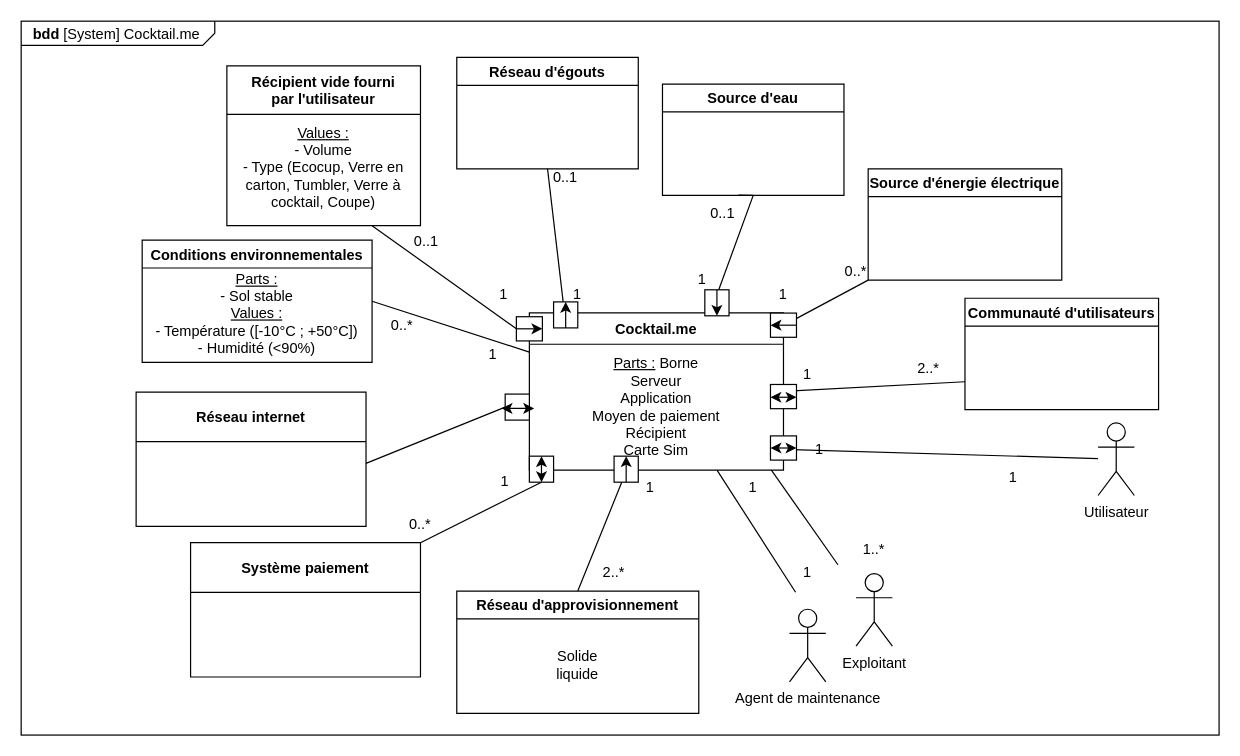
This is page "Contexte organique 28/04" (2 of 14) of borneCocktailP22.drawio from mbricogn/TN29-MBSE, a draw.io file, before an edit. Source tidied: cells renumbered, new cells numbered last; positions are measured from the earlier drawing's top-left corner, leaving out a move shared by most shapes. Both pictures are drawn from the tidied source at 121%, with x=0, y=0 at pixel (21, 21).
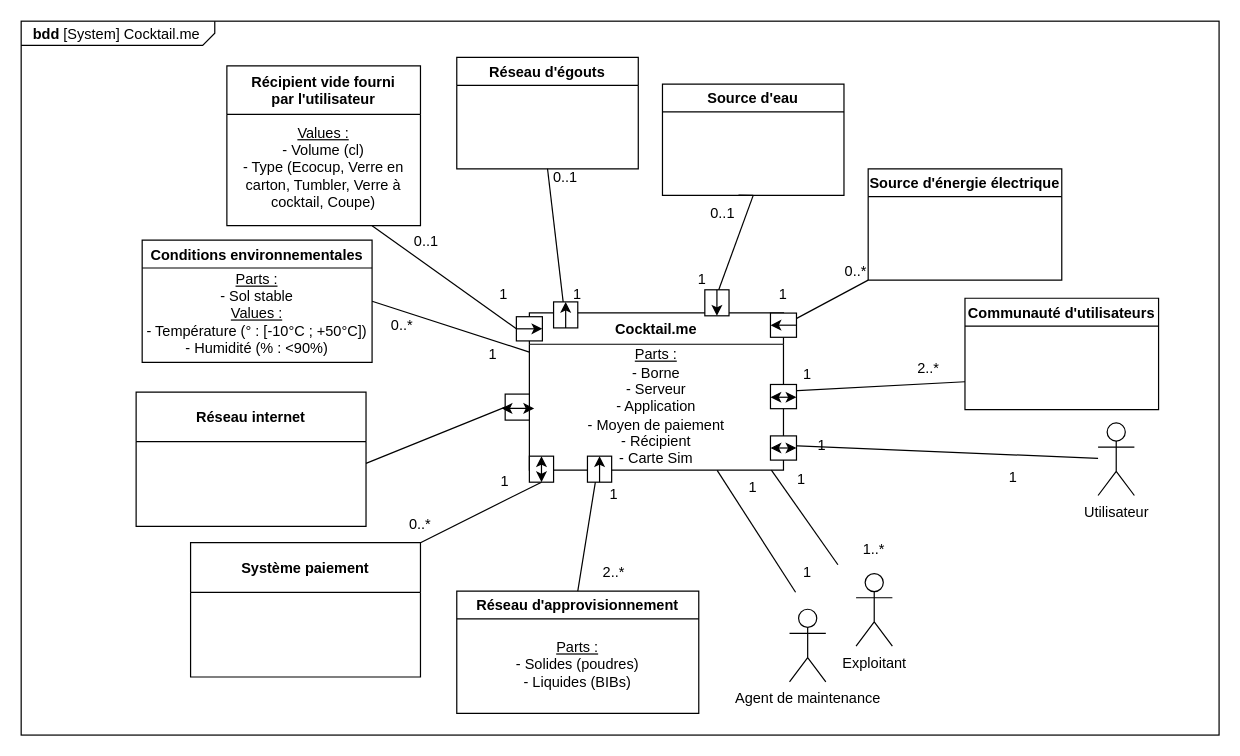
Above is the later version.

The change refers to these unchanged cells:
```xml
<mxCell id="3" value="Cocktail.me" style="swimlane;fontStyle=1;horizontal=1;startSize=26;fillColor=none;" parent="1" vertex="1">
  <mxGeometry x="420" y="241" width="210" height="130" as="geometry" />
</mxCell>
<mxCell id="9" value="Récipient vide fourni &#10;par l'utilisateur" style="swimlane;startSize=40;fontStyle=1;" parent="1" vertex="1">
  <mxGeometry x="170" y="37" width="160" height="132" as="geometry" />
</mxCell>
<mxCell id="12" value="Réseau d'approvisionnement" style="swimlane;" parent="1" vertex="1">
  <mxGeometry x="360" y="471" width="200" height="101" as="geometry" />
</mxCell>
<mxCell id="30" value="Conditions environnementales" style="swimlane;" parent="1" vertex="1">
  <mxGeometry x="100" y="181" width="190" height="101" as="geometry" />
</mxCell>
```

Diff of the diagram source:
```diff
@@
-    <mxCell id="4" value="&lt;div&gt;&lt;u&gt;Parts :&lt;/u&gt; Borne &lt;br&gt;&lt;/div&gt;&lt;div&gt;Serveur&lt;br&gt;&lt;/div&gt;Application&lt;br&gt;Moyen de paiement&lt;br&gt;&lt;div&gt;Récipient &lt;br&gt;&lt;/div&gt;&lt;div&gt;Carte Sim&lt;br&gt;&lt;/div&gt;" style="text;html=1;strokeColor=none;fillColor=none;align=center;verticalAlign=middle;whiteSpace=wrap;rounded=0;" parent="3" vertex="1">
+    <mxCell id="4" value="&lt;div&gt;&lt;u&gt;Parts :&lt;/u&gt; &lt;br&gt;&lt;/div&gt;&lt;div&gt;- Borne &lt;br&gt;&lt;/div&gt;&lt;div&gt;- Serveur&lt;br&gt;&lt;/div&gt;- Application&lt;br&gt;- Moyen de paiement&lt;br&gt;&lt;div&gt;- Récipient &lt;br&gt;&lt;/div&gt;&lt;div&gt;- Carte Sim&lt;br&gt;&lt;/div&gt;" style="text;html=1;strokeColor=none;fillColor=none;align=center;verticalAlign=middle;whiteSpace=wrap;rounded=0;" parent="3" vertex="1">
       <mxGeometry y="26" width="210" height="104" as="geometry" />
     </mxCell>
@@
-    <mxCell id="10" value="&lt;div&gt;&lt;u&gt;Values :&lt;/u&gt; &lt;br&gt;&lt;/div&gt;&lt;div&gt;- Volume&lt;/div&gt;&lt;div&gt;- Type (Ecocup, Verre en carton, Tumbler, Verre à cocktail, Coupe)&lt;br&gt;&lt;/div&gt;" style="text;html=1;strokeColor=none;fillColor=none;align=center;verticalAlign=middle;whiteSpace=wrap;rounded=0;" parent="9" vertex="1">
+    <mxCell id="10" value="&lt;div&gt;&lt;u&gt;Values :&lt;/u&gt; &lt;br&gt;&lt;/div&gt;&lt;div&gt;- Volume (cl)&lt;br&gt;&lt;/div&gt;&lt;div&gt;- Type (Ecocup, Verre en carton, Tumbler, Verre à cocktail, Coupe)&lt;br&gt;&lt;/div&gt;" style="text;html=1;strokeColor=none;fillColor=none;align=center;verticalAlign=middle;whiteSpace=wrap;rounded=0;" parent="9" vertex="1">
       <mxGeometry y="37" width="160" height="93" as="geometry" />
     </mxCell>
@@
-    <mxCell id="13" value="&lt;div&gt;Solide&lt;/div&gt;&lt;div&gt;liquide&lt;/div&gt;" style="text;html=1;strokeColor=none;fillColor=none;align=center;verticalAlign=middle;whiteSpace=wrap;rounded=0;" parent="12" vertex="1">
+    <mxCell id="13" value="&lt;div&gt;&lt;u&gt;Parts :&lt;/u&gt;&lt;/div&gt;&lt;div&gt;- Solides (poudres)&lt;br&gt;&lt;/div&gt;&lt;div&gt;- Liquides (BIBs)&lt;br&gt;&lt;/div&gt;" style="text;html=1;strokeColor=none;fillColor=none;align=center;verticalAlign=middle;whiteSpace=wrap;rounded=0;" parent="12" vertex="1">
       <mxGeometry y="21" width="200" height="80" as="geometry" />
     </mxCell>
     <mxCell id="14" style="endArrow=none;html=1;rounded=0;exitX=0.5;exitY=0;exitDx=0;exitDy=0;" parent="1" edge="1" source="12">
       <mxGeometry relative="1" as="geometry">
-        <mxPoint x="500" y="372" as="targetPoint" />
+        <mxPoint x="475" y="378" as="targetPoint" />
       </mxGeometry>
     </mxCell>
@@
     <mxCell id="25" value="1" style="text;html=1;strokeColor=none;fillColor=none;align=center;verticalAlign=middle;whiteSpace=wrap;rounded=0;" parent="1" vertex="1">
-      <mxGeometry x="490" y="371" width="60" height="30" as="geometry" />
+      <mxGeometry x="460" y="376" width="60" height="30" as="geometry" />
     </mxCell>
@@
-    <mxCell id="31" value="&lt;div&gt;&lt;u&gt;Parts :&lt;/u&gt;&lt;/div&gt;&lt;div&gt;- Sol stable&lt;br&gt;&lt;/div&gt;&lt;div&gt;&lt;u&gt;Values :&lt;/u&gt;&lt;/div&gt;&lt;div&gt;- Température ([-10°C ; +50°C])&lt;br&gt;&lt;/div&gt;&lt;div&gt;- Humidité (&amp;lt;90%)&lt;br&gt;&lt;/div&gt;" style="text;html=1;strokeColor=none;fillColor=none;align=center;verticalAlign=middle;whiteSpace=wrap;rounded=0;" parent="30" vertex="1">
+    <mxCell id="31" value="&lt;div&gt;&lt;u&gt;Parts :&lt;/u&gt;&lt;/div&gt;&lt;div&gt;- Sol stable&lt;br&gt;&lt;/div&gt;&lt;div&gt;&lt;u&gt;Values :&lt;/u&gt;&lt;/div&gt;&lt;div&gt;- Température (° : [-10°C ; +50°C])&lt;br&gt;&lt;/div&gt;&lt;div&gt;- Humidité (% : &amp;lt;90%)&lt;br&gt;&lt;/div&gt;" style="text;html=1;strokeColor=none;fillColor=none;align=center;verticalAlign=middle;whiteSpace=wrap;rounded=0;" parent="30" vertex="1">
       <mxGeometry y="21" width="190" height="79" as="geometry" />
     </mxCell>
@@
     <mxCell id="56" style="group;" parent="1" vertex="1">
-      <mxGeometry x="490" y="359.5" width="20" height="21.5" as="geometry" />
+      <mxGeometry x="468" y="359.5" width="20" height="21.5" as="geometry" />
     </mxCell>
@@
     <mxCell id="64" value="1" style="text;html=1;strokeColor=none;fillColor=none;align=center;verticalAlign=middle;whiteSpace=wrap;rounded=0;" parent="1" vertex="1">
-      <mxGeometry x="630" y="338.8" width="60" height="30" as="geometry" />
+      <mxGeometry x="632" y="335.5" width="60" height="30" as="geometry" />
     </mxCell>
@@
+    <mxCell id="77" value="1" style="text;html=1;strokeColor=none;fillColor=none;align=center;verticalAlign=middle;whiteSpace=wrap;rounded=0;" parent="1" vertex="1">
+      <mxGeometry x="615" y="363.5" width="60" height="30" as="geometry" />
+    </mxCell>
```
